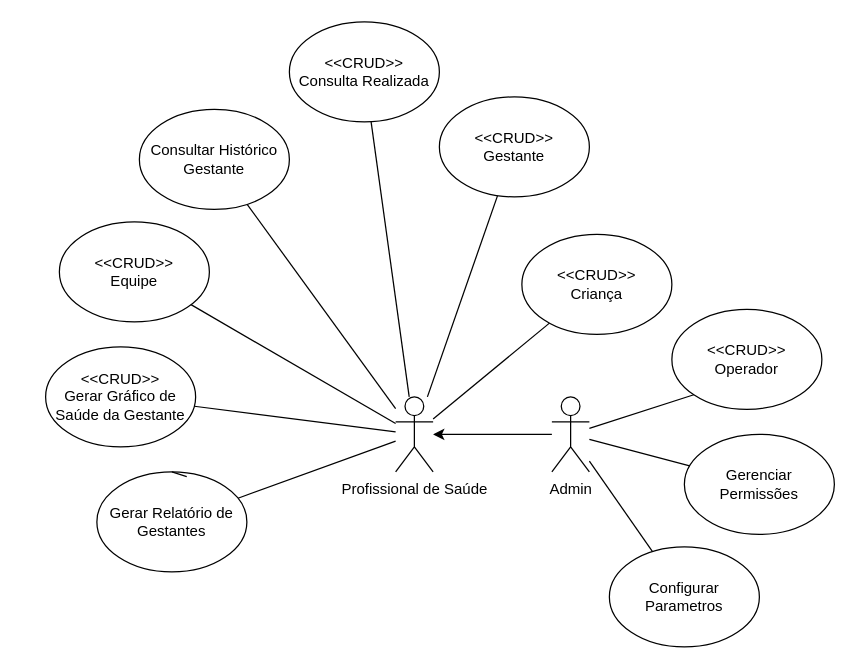
The draw.io diagram Diagrama de Casos de Uso.drawio in LuizGustavoNascimeto/draw.io, before the edit. Source tidied: cells renumbered, new cells numbered last; positions are measured from the earlier drawing's top-left corner, leaving out a move shared by most shapes. Both pictures are drawn from the tidied source at 125%, with x=0, y=0 at pixel (45, 21).
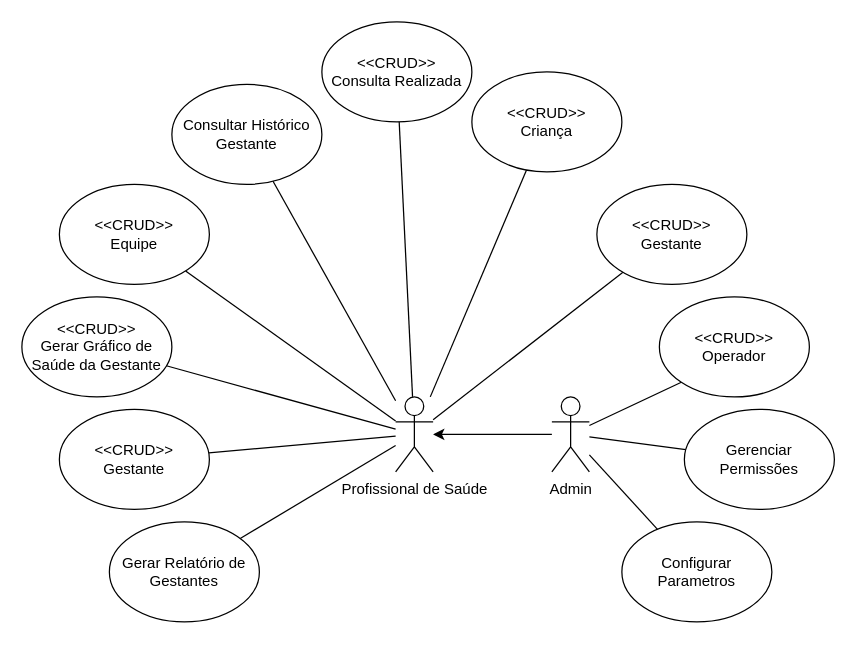
The same page after the edit.

Unchanged cells that the change refers to:
```xml
<mxCell id="4" value="&lt;div&gt;Profissional de Saúde&lt;/div&gt;&lt;div&gt;&lt;br&gt;&lt;/div&gt;" style="shape=umlActor;verticalLabelPosition=bottom;verticalAlign=top;html=1;outlineConnect=0;" parent="1" vertex="1">
  <mxGeometry x="280" y="300" width="30" height="60" as="geometry" />
</mxCell>
```

The edit, as a diff of the source:
```diff
@@
     <mxCell id="3" value="&lt;div&gt;&amp;lt;&amp;lt;CRUD&amp;gt;&amp;gt;&lt;/div&gt;&lt;div&gt;Consulta Realizada&lt;br&gt;&lt;/div&gt;" style="ellipse;whiteSpace=wrap;html=1;" parent="1" vertex="1">
-      <mxGeometry x="195" width="120" height="80" as="geometry" />
+      <mxGeometry x="221" width="120" height="80" as="geometry" />
     </mxCell>
@@
     <mxCell id="8" value="&lt;div&gt;&amp;lt;&amp;lt;CRUD&amp;gt;&amp;gt;&lt;/div&gt;&lt;div&gt;Gerar Gráfico de Saúde da Gestante&lt;br&gt;&lt;/div&gt;" style="ellipse;whiteSpace=wrap;html=1;" parent="1" vertex="1">
-      <mxGeometry y="260" width="120" height="80" as="geometry" />
+      <mxGeometry x="-19" y="220" width="120" height="80" as="geometry" />
     </mxCell>
@@
     <mxCell id="10" value="&lt;div&gt;&amp;lt;&amp;lt;CRUD&amp;gt;&amp;gt;&lt;/div&gt;&lt;div&gt;Gestante&lt;/div&gt;" style="ellipse;whiteSpace=wrap;html=1;" parent="1" vertex="1">
-      <mxGeometry x="315" y="60" width="120" height="80" as="geometry" />
+      <mxGeometry x="441" y="130" width="120" height="80" as="geometry" />
     </mxCell>
@@
     <mxCell id="12" value="Consultar Histórico Gestante" style="ellipse;whiteSpace=wrap;html=1;" parent="1" vertex="1">
-      <mxGeometry x="75" y="70" width="120" height="80" as="geometry" />
+      <mxGeometry x="101" y="50" width="120" height="80" as="geometry" />
     </mxCell>
@@
     <mxCell id="14" value="&lt;div&gt;&amp;lt;&amp;lt;CRUD&amp;gt;&amp;gt;&lt;/div&gt;&lt;div&gt;Equipe&lt;/div&gt;" style="ellipse;whiteSpace=wrap;html=1;" parent="1" vertex="1">
-      <mxGeometry x="11" y="160" width="120" height="80" as="geometry" />
+      <mxGeometry x="11" y="130" width="120" height="80" as="geometry" />
     </mxCell>
@@
     <mxCell id="16" value="Gerar Relatório de Gestantes" style="ellipse;whiteSpace=wrap;html=1;" parent="1" vertex="1">
-      <mxGeometry x="41" y="360" width="120" height="80" as="geometry" />
+      <mxGeometry x="51" y="400" width="120" height="80" as="geometry" />
     </mxCell>
@@
     <mxCell id="18" value="&lt;div&gt;&amp;lt;&amp;lt;CRUD&amp;gt;&amp;gt;&lt;/div&gt;&lt;div&gt;Criança&lt;br&gt;&lt;/div&gt;" style="ellipse;whiteSpace=wrap;html=1;" parent="1" vertex="1">
-      <mxGeometry x="381" y="170" width="120" height="80" as="geometry" />
+      <mxGeometry x="341" y="40" width="120" height="80" as="geometry" />
     </mxCell>
@@
     <mxCell id="20" value="&lt;div&gt;Configurar Parametros&lt;/div&gt;" style="ellipse;whiteSpace=wrap;html=1;" parent="1" vertex="1">
-      <mxGeometry x="451" y="420" width="120" height="80" as="geometry" />
+      <mxGeometry x="461" y="400" width="120" height="80" as="geometry" />
     </mxCell>
@@
     <mxCell id="22" value="&lt;div&gt;&amp;lt;&amp;lt;CRUD&amp;gt;&amp;gt;&lt;/div&gt;&lt;div&gt;Operador&lt;/div&gt;" style="ellipse;whiteSpace=wrap;html=1;" parent="1" vertex="1">
-      <mxGeometry x="501" y="230" width="120" height="80" as="geometry" />
+      <mxGeometry x="491" y="220" width="120" height="80" as="geometry" />
     </mxCell>
@@
-    <mxCell id="24" style="edgeStyle=none;shape=connector;rounded=0;orthogonalLoop=1;jettySize=auto;html=1;exitX=0.5;exitY=0;exitDx=0;exitDy=0;entryX=0.599;entryY=0.047;entryDx=0;entryDy=0;entryPerimeter=0;strokeColor=default;align=center;verticalAlign=middle;fontFamily=Helvetica;fontSize=11;fontColor=default;labelBackgroundColor=default;endArrow=none;" parent="1" edge="1" source="16" target="16">
-      <mxGeometry relative="1" as="geometry" />
-    </mxCell>
@@
     <mxCell id="26" value="Gerenciar Permissões" style="ellipse;whiteSpace=wrap;html=1;" parent="1" vertex="1">
-      <mxGeometry x="511" y="330" width="120" height="80" as="geometry" />
+      <mxGeometry x="511" y="310" width="120" height="80" as="geometry" />
     </mxCell>
+    <mxCell id="27" value="&lt;div&gt;&amp;lt;&amp;lt;CRUD&amp;gt;&amp;gt;&lt;/div&gt;&lt;div&gt;Gestante&lt;/div&gt;" style="ellipse;whiteSpace=wrap;html=1;" parent="1" vertex="1">
+      <mxGeometry x="11" y="310" width="120" height="80" as="geometry" />
+    </mxCell>
+    <mxCell id="28" style="edgeStyle=none;shape=connector;rounded=0;jettySize=auto;html=1;strokeColor=default;align=center;verticalAlign=middle;fontFamily=Helvetica;fontSize=11;fontColor=default;labelBackgroundColor=default;endArrow=none;" parent="1" edge="1" source="27" target="4">
+      <mxGeometry relative="1" as="geometry" />
+    </mxCell>
```
